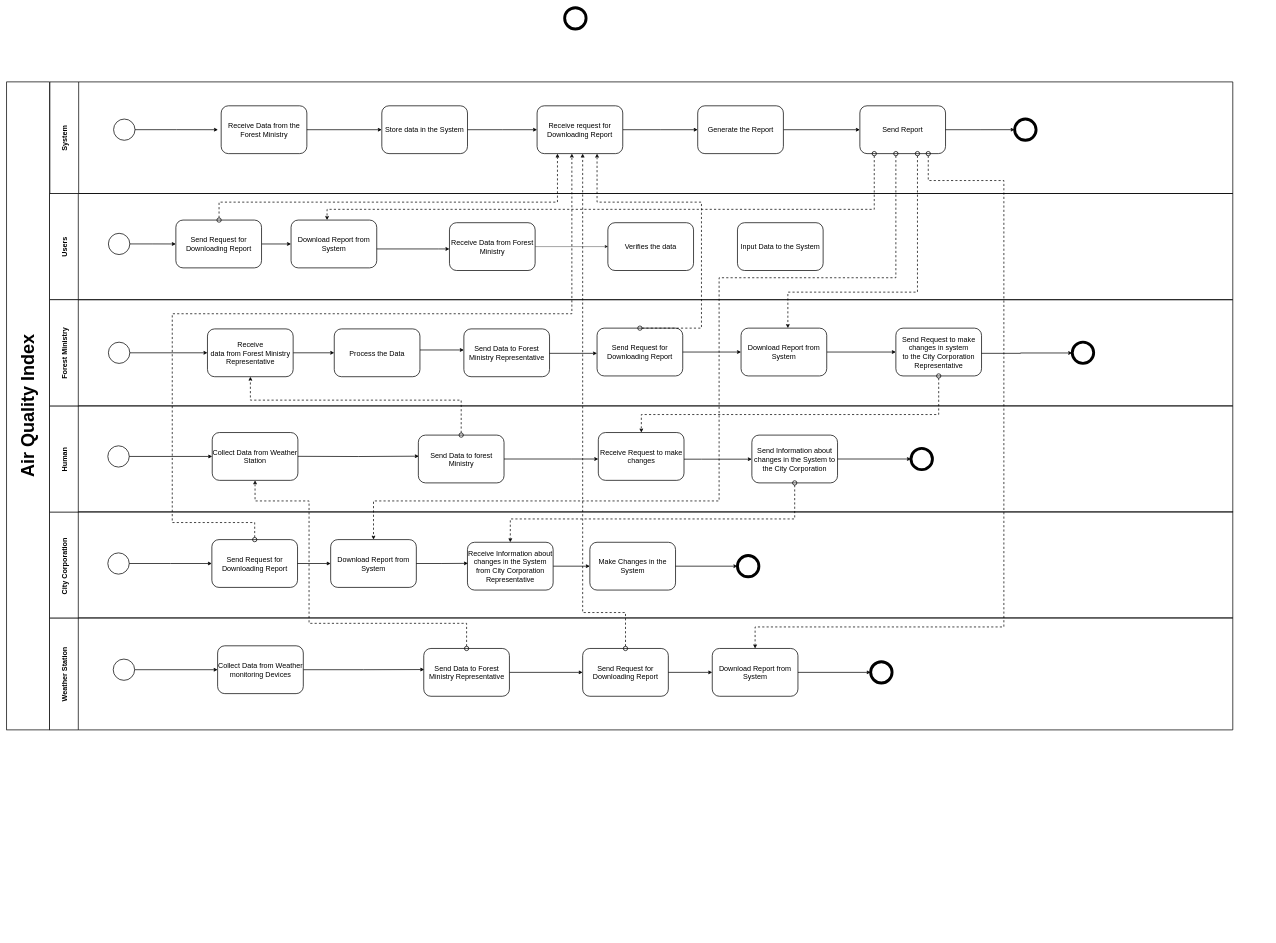
zorojuro75/CSE303-sec-03-Group-03 keeps this draw.io diagram as z-design/BPMN_To-BE.drawio. Above is the earlier version. Source tidied: cells renumbered, new cells numbered last; positions are measured from the earlier drawing's top-left corner, leaving out a move shared by most shapes. Both pictures are drawn from the tidied source at 36%, with x=0, y=0 at pixel (6, 8).
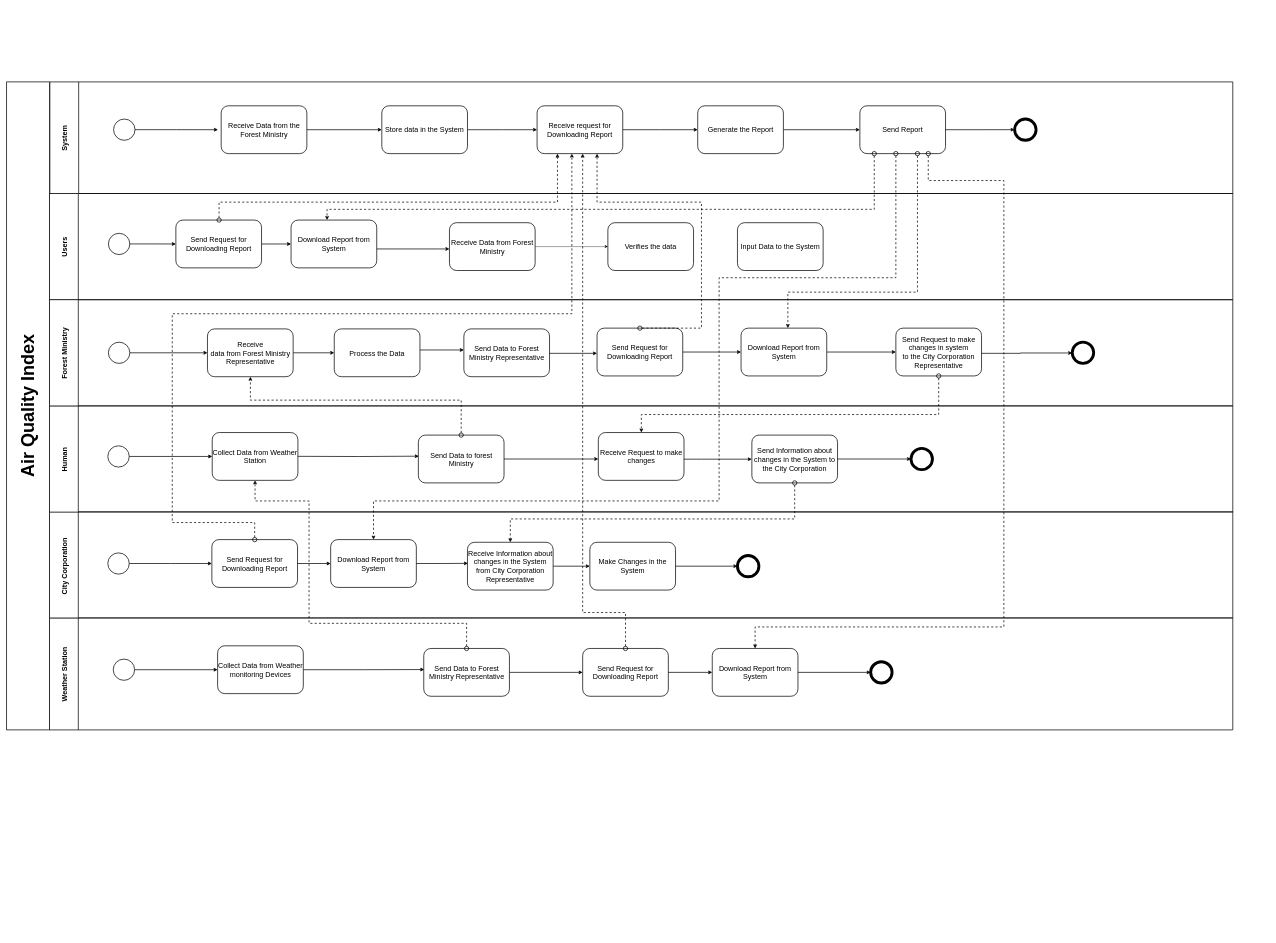
Above is the later version.

Diff of the diagram source:
```diff
@@
-    <mxCell id="96" style="strokeWidth=8;html=1;shape=mxgraph.flowchart.start_2;whiteSpace=wrap;" parent="1" vertex="1">
-      <mxGeometry x="1550" width="59.5" height="59" as="geometry" />
-    </mxCell>
```
